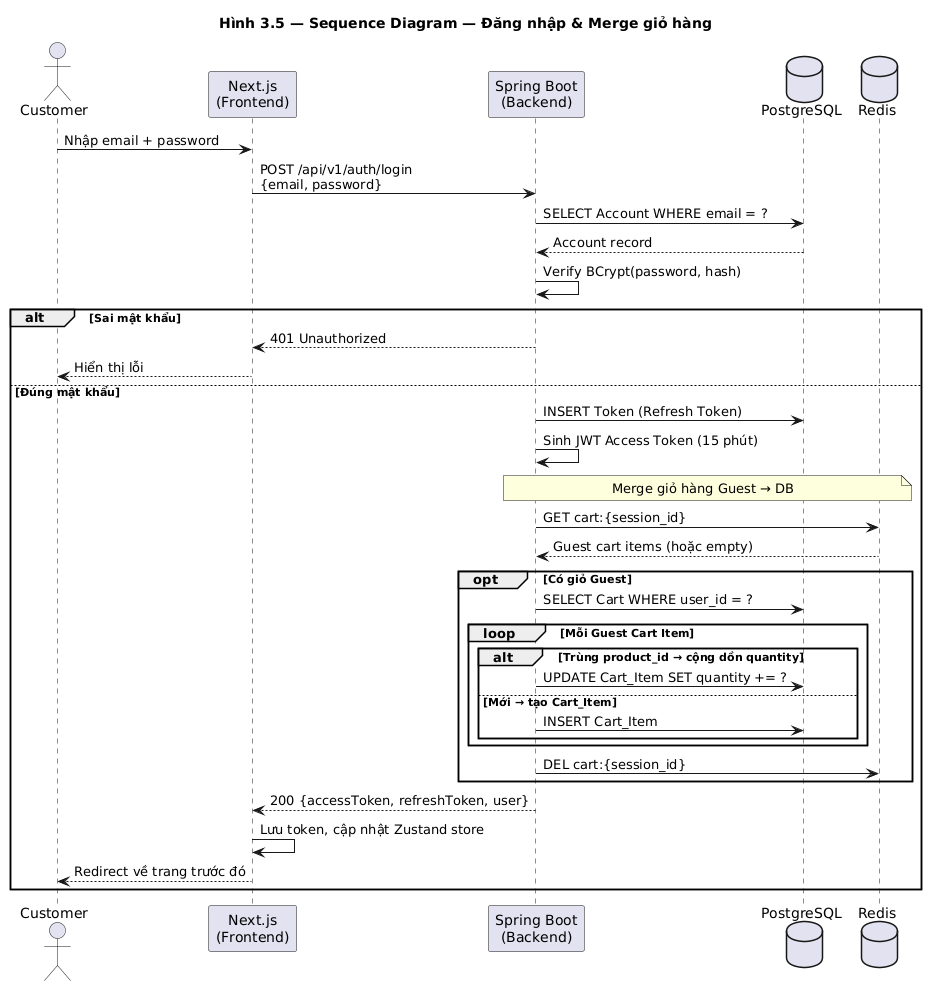
Before: docs/diagrams/images/seq_login.png, a diagram exported from PlantUML (huuhieu56/PC-Parts-ECommerce). Its diagram source:
```plantuml
@startuml seq_login
title Hình 3.5 — Sequence Diagram — Đăng nhập & Merge giỏ hàng

actor Customer
participant "Next.js\n(Frontend)" as FE
participant "Spring Boot\n(Backend)" as BE
database "PostgreSQL" as DB
database "Redis" as Cache

Customer -> FE : Nhập email + password
FE -> BE : POST /api/v1/auth/login\n{email, password}
BE -> DB : SELECT Account WHERE email = ?
DB --> BE : Account record
BE -> BE : Verify BCrypt(password, hash)

alt Sai mật khẩu
    BE --> FE : 401 Unauthorized
    FE --> Customer : Hiển thị lỗi
else Đúng mật khẩu
    BE -> DB : INSERT Token (Refresh Token)
    BE -> BE : Sinh JWT Access Token (15 phút)

    note over BE, Cache : Merge giỏ hàng Guest → DB
    BE -> Cache : GET cart:{session_id}
    Cache --> BE : Guest cart items (hoặc empty)

    opt Có giỏ Guest
        BE -> DB : SELECT Cart WHERE user_id = ?
        loop Mỗi Guest Cart Item
            alt Trùng product_id → cộng dồn quantity
                BE -> DB : UPDATE Cart_Item SET quantity += ?
            else Mới → tạo Cart_Item
                BE -> DB : INSERT Cart_Item
            end
        end
        BE -> Cache : DEL cart:{session_id}
    end

    BE --> FE : 200 {accessToken, refreshToken, user}
    FE -> FE : Lưu token, cập nhật Zustand store
    FE --> Customer : Redirect về trang trước đó
end

@enduml
```
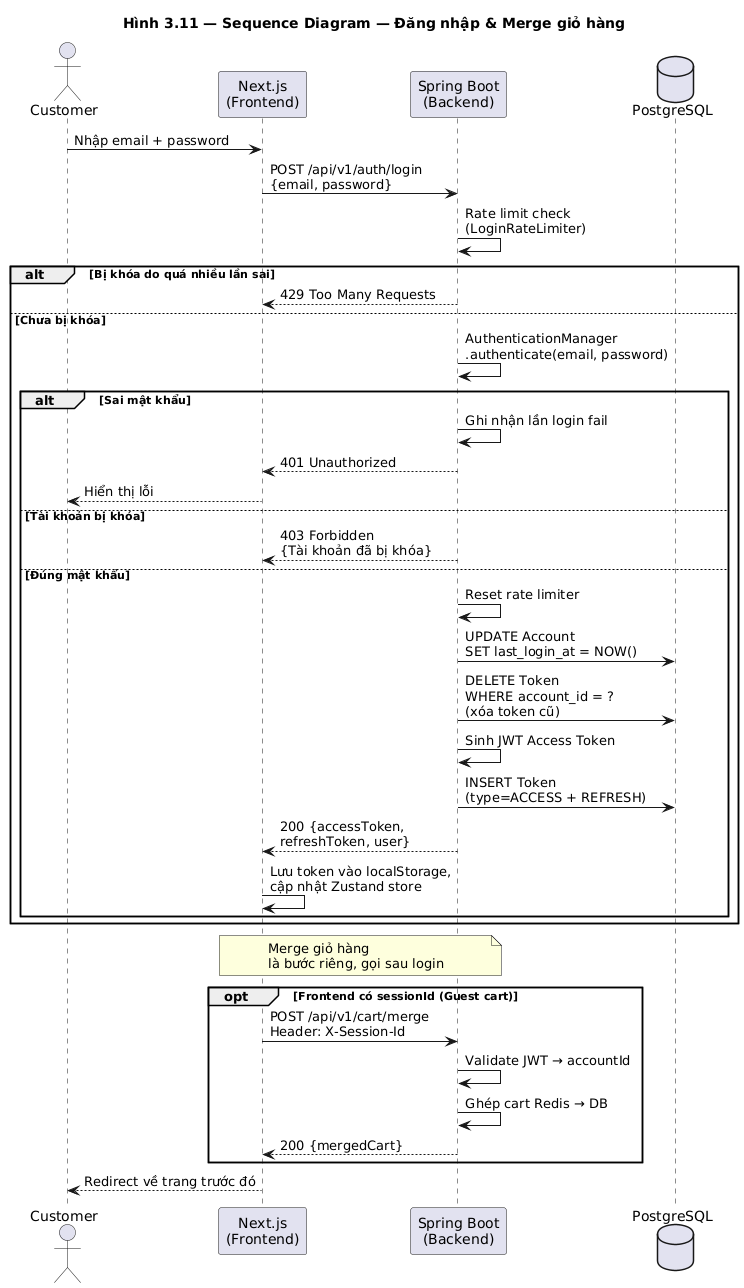
The same diagram one commit later.

The edit, as a diff of the source:
```diff
@@ -1,44 +1,45 @@
 @startuml seq_login
-title Hình 3.5 — Sequence Diagram — Đăng nhập & Merge giỏ hàng
+title Hình 3.11 — Sequence Diagram — Đăng nhập & Merge giỏ hàng
 
 actor Customer
 participant "Next.js\n(Frontend)" as FE
 participant "Spring Boot\n(Backend)" as BE
 database "PostgreSQL" as DB
-database "Redis" as Cache
 
 Customer -> FE : Nhập email + password
 FE -> BE : POST /api/v1/auth/login\n{email, password}
-BE -> DB : SELECT Account WHERE email = ?
-DB --> BE : Account record
-BE -> BE : Verify BCrypt(password, hash)
 
-alt Sai mật khẩu
-    BE --> FE : 401 Unauthorized
-    FE --> Customer : Hiển thị lỗi
-else Đúng mật khẩu
-    BE -> DB : INSERT Token (Refresh Token)
-    BE -> BE : Sinh JWT Access Token (15 phút)
-
-    note over BE, Cache : Merge giỏ hàng Guest → DB
-    BE -> Cache : GET cart:{session_id}
-    Cache --> BE : Guest cart items (hoặc empty)
-
-    opt Có giỏ Guest
-        BE -> DB : SELECT Cart WHERE user_id = ?
-        loop Mỗi Guest Cart Item
-            alt Trùng product_id → cộng dồn quantity
-                BE -> DB : UPDATE Cart_Item SET quantity += ?
-            else Mới → tạo Cart_Item
-                BE -> DB : INSERT Cart_Item
-            end
-        end
-        BE -> Cache : DEL cart:{session_id}
+BE -> BE : Rate limit check\n(LoginRateLimiter)
+alt Bị khóa do quá nhiều lần sai
+    BE --> FE : 429 Too Many Requests
+else Chưa bị khóa
+    BE -> BE : AuthenticationManager\n.authenticate(email, password)
+    alt Sai mật khẩu
+        BE -> BE : Ghi nhận lần login fail
+        BE --> FE : 401 Unauthorized
+        FE --> Customer : Hiển thị lỗi
+    else Tài khoản bị khóa
+        BE --> FE : 403 Forbidden\n{Tài khoản đã bị khóa}
+    else Đúng mật khẩu
+        BE -> BE : Reset rate limiter
+        BE -> DB : UPDATE Account\nSET last_login_at = NOW()
+        BE -> DB : DELETE Token\nWHERE account_id = ?\n(xóa token cũ)
+        BE -> BE : Sinh JWT Access Token
+        BE -> DB : INSERT Token\n(type=ACCESS + REFRESH)
+        BE --> FE : 200 {accessToken,\nrefreshToken, user}
+        FE -> FE : Lưu token vào localStorage,\ncập nhật Zustand store
     end
-
-    BE --> FE : 200 {accessToken, refreshToken, user}
-    FE -> FE : Lưu token, cập nhật Zustand store
-    FE --> Customer : Redirect về trang trước đó
 end
 
+note over FE, BE : Merge giỏ hàng\nlà bước riêng, gọi sau login
+
+opt Frontend có sessionId (Guest cart)
+    FE -> BE : POST /api/v1/cart/merge\nHeader: X-Session-Id
+    BE -> BE : Validate JWT → accountId
+    BE -> BE : Ghép cart Redis → DB
+    BE --> FE : 200 {mergedCart}
+end
+
+FE --> Customer : Redirect về trang trước đó
+
 @enduml
```
